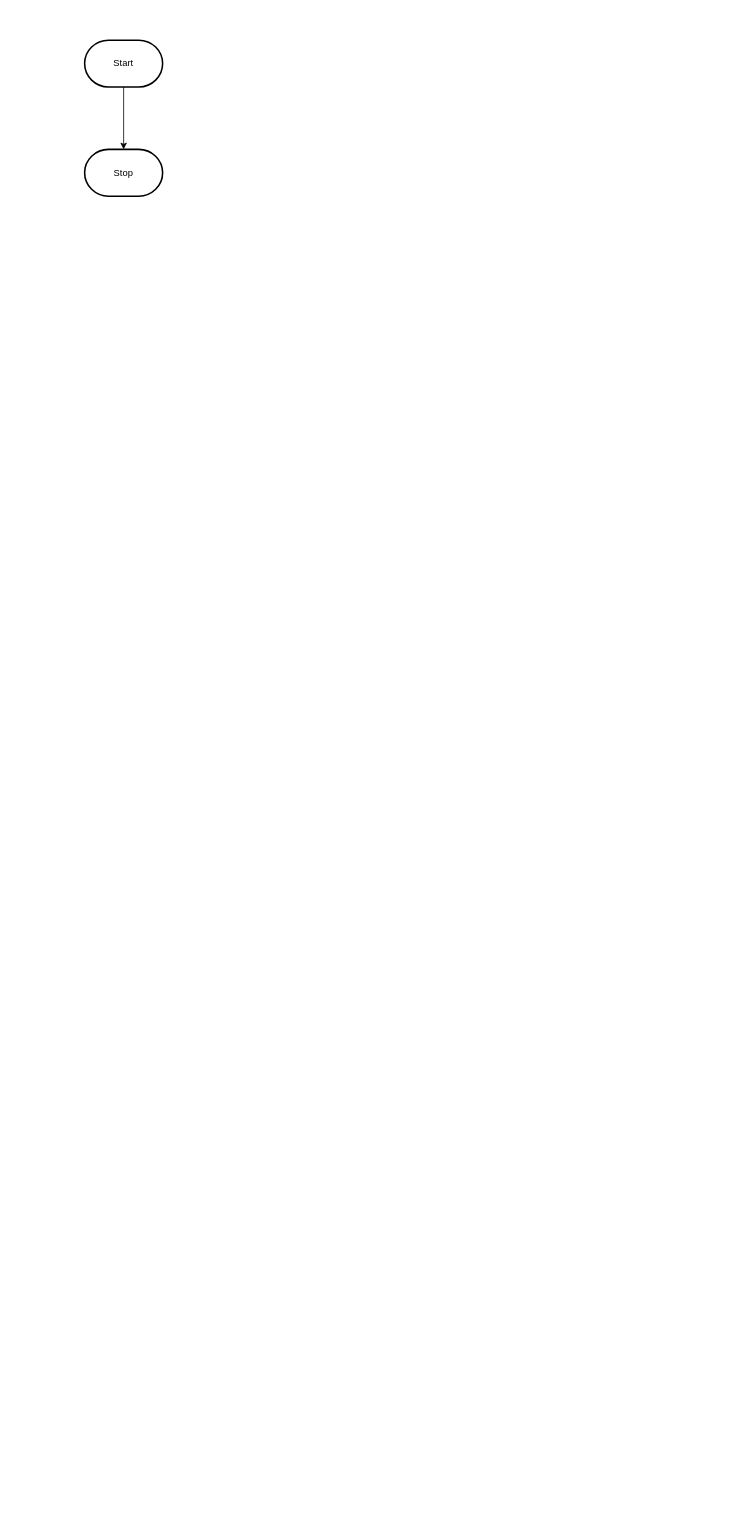
Above: design/flowchart.drawio in MTHS-TEJ2O-1-2023/TEJ2O-Unit-2-10-sophie-nguyen-0 (draw.io), before the change. Source tidied: cells renumbered, new cells numbered last; positions are measured from the earlier drawing's top-left corner, leaving out a move shared by most shapes. Both pictures are drawn from the tidied source at 78%, with x=0, y=0 at pixel (84, 40).
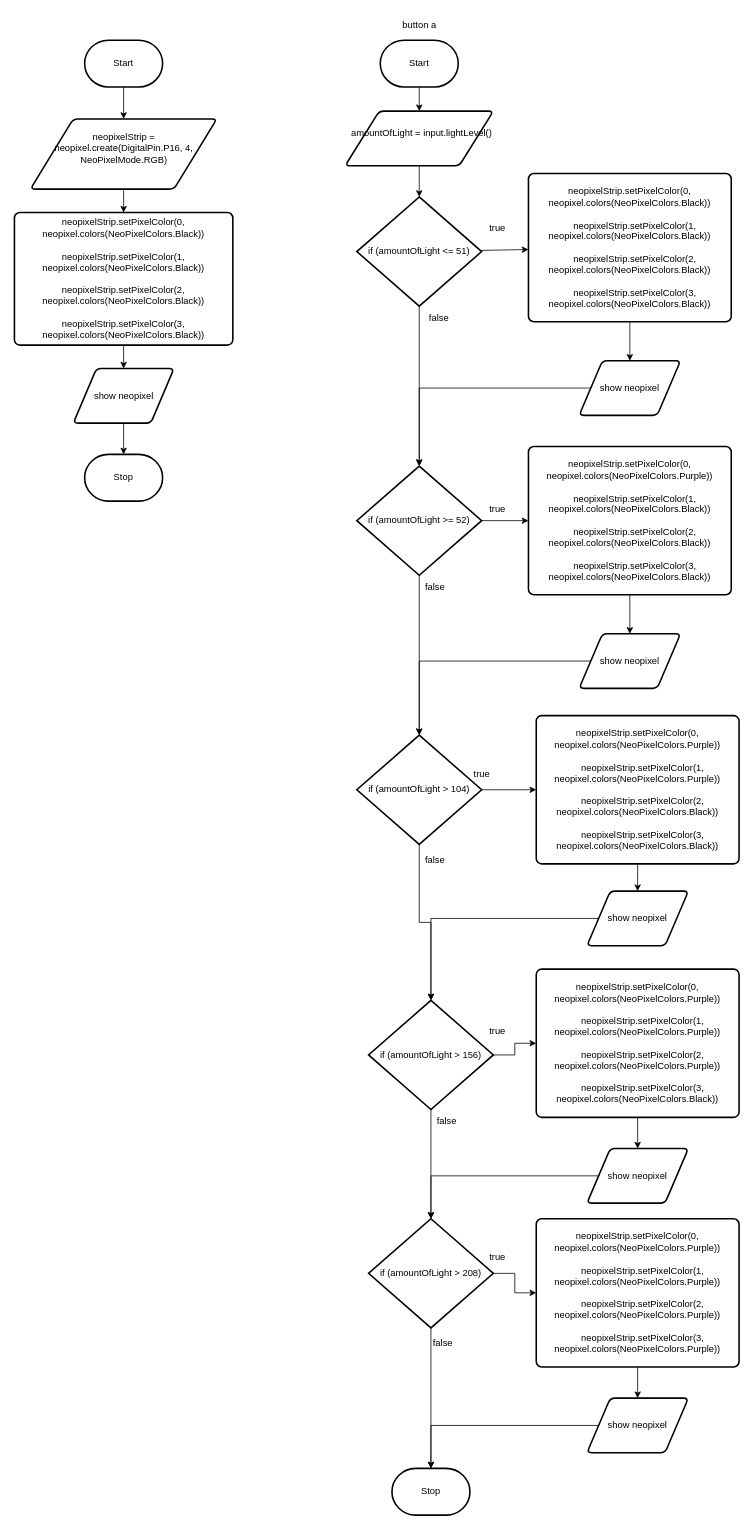
Above is the later version.

The change refers to these unchanged cells:
```xml
<mxCell id="3" value="Start" style="strokeWidth=2;html=1;shape=mxgraph.flowchart.terminator;whiteSpace=wrap;" parent="1" vertex="1">
  <mxGeometry width="100" height="60" as="geometry" />
</mxCell>
```

What changed in the source:
```diff
@@
-    <mxCell id="2" style="edgeStyle=orthogonalEdgeStyle;html=1;rounded=0;" parent="1" edge="1" source="3" target="4">
-      <mxGeometry relative="1" as="geometry" />
-    </mxCell>
+    <mxCell id="5" style="edgeStyle=none;html=1;" parent="1" edge="1" source="3" target="2">
+      <mxGeometry relative="1" as="geometry" />
+    </mxCell>
@@
     <mxCell id="4" value="Stop" style="strokeWidth=2;html=1;shape=mxgraph.flowchart.terminator;whiteSpace=wrap;" parent="1" vertex="1">
-      <mxGeometry y="140" width="100" height="60" as="geometry" />
+      <mxGeometry y="531" width="100" height="60" as="geometry" />
     </mxCell>
+    <mxCell id="6" style="edgeStyle=none;html=1;" parent="1" edge="1" source="2" target="8">
+      <mxGeometry relative="1" as="geometry" />
+    </mxCell>
+    <mxCell id="2" value="&lt;div class=&quot;custom-cursor-default-hover&quot;&gt;neopixelStrip = neopixel.create(DigitalPin.P16, 4, NeoPixelMode.RGB)&lt;/div&gt;&lt;div class=&quot;custom-cursor-default-hover&quot;&gt;&lt;br&gt;&lt;/div&gt;" style="shape=parallelogram;html=1;strokeWidth=2;perimeter=parallelogramPerimeter;whiteSpace=wrap;rounded=1;arcSize=12;size=0.23;" parent="1" vertex="1">
+      <mxGeometry x="-69.5" y="101" width="239" height="90" as="geometry" />
+    </mxCell>
+    <mxCell id="7" style="edgeStyle=none;html=1;" parent="1" edge="1" source="8" target="10">
+      <mxGeometry relative="1" as="geometry" />
+    </mxCell>
+    <mxCell id="8" value="&lt;div class=&quot;custom-cursor-default-hover&quot;&gt;neopixelStrip.setPixelColor(0, neopixel.colors(NeoPixelColors.Black))&lt;/div&gt;&lt;div class=&quot;custom-cursor-default-hover&quot;&gt;&lt;br&gt;&lt;/div&gt;&lt;div class=&quot;custom-cursor-default-hover&quot;&gt;neopixelStrip.setPixelColor(1, neopixel.colors(NeoPixelColors.Black))&lt;/div&gt;&lt;div class=&quot;custom-cursor-default-hover&quot;&gt;&lt;br&gt;&lt;/div&gt;&lt;div class=&quot;custom-cursor-default-hover&quot;&gt;neopixelStrip.setPixelColor(2, neopixel.colors(NeoPixelColors.Black))&lt;/div&gt;&lt;div class=&quot;custom-cursor-default-hover&quot;&gt;&lt;br&gt;&lt;/div&gt;&lt;div class=&quot;custom-cursor-default-hover&quot;&gt;neopixelStrip.setPixelColor(3, neopixel.colors(NeoPixelColors.Black))&lt;/div&gt;" style="rounded=1;whiteSpace=wrap;html=1;absoluteArcSize=1;arcSize=14;strokeWidth=2;" parent="1" vertex="1">
+      <mxGeometry x="-90" y="221" width="280" height="170" as="geometry" />
+    </mxCell>
+    <mxCell id="9" style="edgeStyle=none;html=1;" parent="1" edge="1" source="10" target="4">
+      <mxGeometry relative="1" as="geometry" />
+    </mxCell>
+    <mxCell id="10" value="show neopixel" style="shape=parallelogram;html=1;strokeWidth=2;perimeter=parallelogramPerimeter;whiteSpace=wrap;rounded=1;arcSize=12;size=0.23;" parent="1" vertex="1">
+      <mxGeometry x="-14.5" y="421" width="129" height="70" as="geometry" />
+    </mxCell>
+    <mxCell id="11" style="edgeStyle=none;html=1;" parent="1" edge="1" source="12" target="15">
+      <mxGeometry relative="1" as="geometry" />
+    </mxCell>
+    <mxCell id="12" value="Start" style="strokeWidth=2;html=1;shape=mxgraph.flowchart.terminator;whiteSpace=wrap;" parent="1" vertex="1">
+      <mxGeometry x="379" width="100" height="60" as="geometry" />
+    </mxCell>
+    <mxCell id="13" value="button a" style="text;html=1;align=center;verticalAlign=middle;strokeColor=none;fillColor=none;" parent="1" vertex="1">
+      <mxGeometry x="394" y="-34" width="70" height="30" as="geometry" />
+    </mxCell>
+    <mxCell id="14" style="edgeStyle=none;html=1;" parent="1" edge="1" source="15" target="18">
+      <mxGeometry relative="1" as="geometry" />
+    </mxCell>
+    <mxCell id="15" value="&lt;div&gt;&amp;nbsp; amountOfLight = input.lightLevel()&lt;/div&gt;&lt;div class=&quot;custom-cursor-default-hover&quot;&gt;&lt;br&gt;&lt;/div&gt;" style="shape=parallelogram;html=1;strokeWidth=2;perimeter=parallelogramPerimeter;whiteSpace=wrap;rounded=1;arcSize=12;size=0.23;" parent="1" vertex="1">
+      <mxGeometry x="334" y="91" width="190" height="70" as="geometry" />
+    </mxCell>
+    <mxCell id="16" style="edgeStyle=none;html=1;" parent="1" edge="1" source="18" target="20">
+      <mxGeometry relative="1" as="geometry" />
+    </mxCell>
+    <mxCell id="17" style="edgeStyle=none;html=1;" parent="1" edge="1" source="18" target="25">
+      <mxGeometry relative="1" as="geometry" />
+    </mxCell>
+    <mxCell id="18" value="if (amountOfLight &amp;lt;= 51)" style="strokeWidth=2;html=1;shape=mxgraph.flowchart.decision;whiteSpace=wrap;" parent="1" vertex="1">
+      <mxGeometry x="349" y="201" width="160" height="140" as="geometry" />
+    </mxCell>
+    <mxCell id="19" style="edgeStyle=none;html=1;" parent="1" edge="1" source="20" target="22">
+      <mxGeometry relative="1" as="geometry" />
+    </mxCell>
+    <mxCell id="20" value="&lt;div class=&quot;custom-cursor-default-hover&quot;&gt;neopixelStrip.setPixelColor(0, neopixel.colors(NeoPixelColors.Black))&lt;/div&gt;&lt;div class=&quot;custom-cursor-default-hover&quot;&gt;&lt;br&gt;&lt;/div&gt;&lt;div class=&quot;custom-cursor-default-hover&quot;&gt;&amp;nbsp; &amp;nbsp; neopixelStrip.setPixelColor(1, neopixel.colors(NeoPixelColors.Black))&lt;/div&gt;&lt;div class=&quot;custom-cursor-default-hover&quot;&gt;&lt;br&gt;&lt;/div&gt;&lt;div class=&quot;custom-cursor-default-hover&quot;&gt;&amp;nbsp; &amp;nbsp; neopixelStrip.setPixelColor(2, neopixel.colors(NeoPixelColors.Black))&lt;/div&gt;&lt;div class=&quot;custom-cursor-default-hover&quot;&gt;&lt;br&gt;&lt;/div&gt;&lt;div class=&quot;custom-cursor-default-hover&quot;&gt;&amp;nbsp; &amp;nbsp; neopixelStrip.setPixelColor(3, neopixel.colors(NeoPixelColors.Black))&lt;/div&gt;" style="rounded=1;whiteSpace=wrap;html=1;absoluteArcSize=1;arcSize=14;strokeWidth=2;" parent="1" vertex="1">
+      <mxGeometry x="569" y="171" width="260" height="190" as="geometry" />
+    </mxCell>
+    <mxCell id="21" style="edgeStyle=orthogonalEdgeStyle;html=1;entryX=0.5;entryY=0;entryDx=0;entryDy=0;entryPerimeter=0;rounded=0;" parent="1" edge="1" source="22" target="25">
+      <mxGeometry relative="1" as="geometry" />
+    </mxCell>
+    <mxCell id="22" value="show neopixel" style="shape=parallelogram;html=1;strokeWidth=2;perimeter=parallelogramPerimeter;whiteSpace=wrap;rounded=1;arcSize=12;size=0.23;" parent="1" vertex="1">
+      <mxGeometry x="634" y="411" width="130" height="70" as="geometry" />
+    </mxCell>
+    <mxCell id="23" style="edgeStyle=orthogonalEdgeStyle;rounded=0;html=1;" parent="1" edge="1" source="25" target="29">
+      <mxGeometry relative="1" as="geometry" />
+    </mxCell>
+    <mxCell id="24" style="edgeStyle=orthogonalEdgeStyle;rounded=0;html=1;" parent="1" edge="1" source="25" target="34">
+      <mxGeometry relative="1" as="geometry" />
+    </mxCell>
+    <mxCell id="25" value="if (amountOfLight &amp;gt;= 52)" style="strokeWidth=2;html=1;shape=mxgraph.flowchart.decision;whiteSpace=wrap;" parent="1" vertex="1">
+      <mxGeometry x="349" y="546" width="160" height="140" as="geometry" />
+    </mxCell>
+    <mxCell id="26" value="true" style="text;html=1;align=center;verticalAlign=middle;strokeColor=none;fillColor=none;" parent="1" vertex="1">
+      <mxGeometry x="509" y="226" width="40" height="30" as="geometry" />
+    </mxCell>
+    <mxCell id="27" value="false" style="text;html=1;align=center;verticalAlign=middle;strokeColor=none;fillColor=none;" parent="1" vertex="1">
+      <mxGeometry x="429" y="341" width="50" height="30" as="geometry" />
+    </mxCell>
+    <mxCell id="28" style="edgeStyle=orthogonalEdgeStyle;rounded=0;html=1;" parent="1" edge="1" source="29" target="31">
+      <mxGeometry relative="1" as="geometry" />
+    </mxCell>
+    <mxCell id="29" value="&lt;div class=&quot;custom-cursor-default-hover&quot;&gt;neopixelStrip.setPixelColor(0, neopixel.colors(NeoPixelColors.Purple))&lt;/div&gt;&lt;div class=&quot;custom-cursor-default-hover&quot;&gt;&lt;br&gt;&lt;/div&gt;&lt;div class=&quot;custom-cursor-default-hover&quot;&gt;&amp;nbsp; &amp;nbsp; neopixelStrip.setPixelColor(1, neopixel.colors(NeoPixelColors.Black))&lt;/div&gt;&lt;div class=&quot;custom-cursor-default-hover&quot;&gt;&lt;br&gt;&lt;/div&gt;&lt;div class=&quot;custom-cursor-default-hover&quot;&gt;&amp;nbsp; &amp;nbsp; neopixelStrip.setPixelColor(2, neopixel.colors(NeoPixelColors.Black))&lt;/div&gt;&lt;div class=&quot;custom-cursor-default-hover&quot;&gt;&lt;br&gt;&lt;/div&gt;&lt;div class=&quot;custom-cursor-default-hover&quot;&gt;&amp;nbsp; &amp;nbsp; neopixelStrip.setPixelColor(3, neopixel.colors(NeoPixelColors.Black))&lt;/div&gt;" style="rounded=1;whiteSpace=wrap;html=1;absoluteArcSize=1;arcSize=14;strokeWidth=2;" parent="1" vertex="1">
+      <mxGeometry x="569" y="521" width="260" height="190" as="geometry" />
+    </mxCell>
+    <mxCell id="30" style="edgeStyle=orthogonalEdgeStyle;rounded=0;html=1;entryX=0.5;entryY=0;entryDx=0;entryDy=0;entryPerimeter=0;" parent="1" edge="1" source="31" target="34">
+      <mxGeometry relative="1" as="geometry" />
+    </mxCell>
+    <mxCell id="31" value="show neopixel" style="shape=parallelogram;html=1;strokeWidth=2;perimeter=parallelogramPerimeter;whiteSpace=wrap;rounded=1;arcSize=12;size=0.23;" parent="1" vertex="1">
+      <mxGeometry x="634" y="761" width="130" height="70" as="geometry" />
+    </mxCell>
+    <mxCell id="32" style="edgeStyle=orthogonalEdgeStyle;rounded=0;html=1;" parent="1" edge="1" source="34" target="38">
+      <mxGeometry relative="1" as="geometry" />
+    </mxCell>
+    <mxCell id="33" style="edgeStyle=orthogonalEdgeStyle;rounded=0;html=1;entryX=0.5;entryY=0;entryDx=0;entryDy=0;entryPerimeter=0;" parent="1" edge="1" source="34" target="43">
+      <mxGeometry relative="1" as="geometry" />
+    </mxCell>
+    <mxCell id="34" value="if (amountOfLight &amp;gt; 104)" style="strokeWidth=2;html=1;shape=mxgraph.flowchart.decision;whiteSpace=wrap;" parent="1" vertex="1">
+      <mxGeometry x="349" y="891" width="160" height="140" as="geometry" />
+    </mxCell>
+    <mxCell id="35" value="true" style="text;html=1;align=center;verticalAlign=middle;strokeColor=none;fillColor=none;" parent="1" vertex="1">
+      <mxGeometry x="509" y="586" width="40" height="30" as="geometry" />
+    </mxCell>
+    <mxCell id="36" value="false" style="text;html=1;align=center;verticalAlign=middle;strokeColor=none;fillColor=none;" parent="1" vertex="1">
+      <mxGeometry x="424" y="686" width="50" height="30" as="geometry" />
+    </mxCell>
+    <mxCell id="37" style="edgeStyle=orthogonalEdgeStyle;rounded=0;html=1;" parent="1" edge="1" source="38" target="40">
+      <mxGeometry relative="1" as="geometry" />
+    </mxCell>
+    <mxCell id="38" value="&lt;div class=&quot;custom-cursor-default-hover&quot;&gt;neopixelStrip.setPixelColor(0, neopixel.colors(NeoPixelColors.Purple))&lt;/div&gt;&lt;div class=&quot;custom-cursor-default-hover&quot;&gt;&lt;br&gt;&lt;/div&gt;&lt;div class=&quot;custom-cursor-default-hover&quot;&gt;&amp;nbsp; &amp;nbsp; neopixelStrip.setPixelColor(1, neopixel.colors(NeoPixelColors.Purple))&lt;/div&gt;&lt;div class=&quot;custom-cursor-default-hover&quot;&gt;&lt;br&gt;&lt;/div&gt;&lt;div class=&quot;custom-cursor-default-hover&quot;&gt;&amp;nbsp; &amp;nbsp; neopixelStrip.setPixelColor(2, neopixel.colors(NeoPixelColors.Black))&lt;/div&gt;&lt;div class=&quot;custom-cursor-default-hover&quot;&gt;&lt;br&gt;&lt;/div&gt;&lt;div class=&quot;custom-cursor-default-hover&quot;&gt;&amp;nbsp; &amp;nbsp; neopixelStrip.setPixelColor(3, neopixel.colors(NeoPixelColors.Black))&lt;/div&gt;" style="rounded=1;whiteSpace=wrap;html=1;absoluteArcSize=1;arcSize=14;strokeWidth=2;" parent="1" vertex="1">
+      <mxGeometry x="579" y="866" width="260" height="190" as="geometry" />
+    </mxCell>
+    <mxCell id="39" style="edgeStyle=orthogonalEdgeStyle;rounded=0;html=1;entryX=0.5;entryY=0;entryDx=0;entryDy=0;entryPerimeter=0;" parent="1" edge="1" source="40" target="43">
+      <mxGeometry relative="1" as="geometry" />
+    </mxCell>
+    <mxCell id="40" value="show neopixel" style="shape=parallelogram;html=1;strokeWidth=2;perimeter=parallelogramPerimeter;whiteSpace=wrap;rounded=1;arcSize=12;size=0.23;" parent="1" vertex="1">
+      <mxGeometry x="644" y="1091" width="130" height="70" as="geometry" />
+    </mxCell>
+    <mxCell id="41" style="edgeStyle=orthogonalEdgeStyle;rounded=0;html=1;" parent="1" edge="1" source="43" target="45">
+      <mxGeometry relative="1" as="geometry" />
+    </mxCell>
+    <mxCell id="42" style="edgeStyle=orthogonalEdgeStyle;rounded=0;html=1;entryX=0.5;entryY=0;entryDx=0;entryDy=0;entryPerimeter=0;" parent="1" edge="1" source="43" target="50">
+      <mxGeometry relative="1" as="geometry" />
+    </mxCell>
+    <mxCell id="43" value="if (amountOfLight &amp;gt; 156)" style="strokeWidth=2;html=1;shape=mxgraph.flowchart.decision;whiteSpace=wrap;" parent="1" vertex="1">
+      <mxGeometry x="364" y="1231" width="160" height="140" as="geometry" />
+    </mxCell>
+    <mxCell id="44" style="edgeStyle=orthogonalEdgeStyle;rounded=0;html=1;" parent="1" edge="1" source="45" target="47">
+      <mxGeometry relative="1" as="geometry" />
+    </mxCell>
+    <mxCell id="45" value="&lt;div class=&quot;custom-cursor-default-hover&quot;&gt;neopixelStrip.setPixelColor(0, neopixel.colors(NeoPixelColors.Purple))&lt;/div&gt;&lt;div class=&quot;custom-cursor-default-hover&quot;&gt;&lt;br&gt;&lt;/div&gt;&lt;div class=&quot;custom-cursor-default-hover&quot;&gt;&amp;nbsp; &amp;nbsp; neopixelStrip.setPixelColor(1, neopixel.colors(NeoPixelColors.Purple))&lt;/div&gt;&lt;div class=&quot;custom-cursor-default-hover&quot;&gt;&lt;br&gt;&lt;/div&gt;&lt;div class=&quot;custom-cursor-default-hover&quot;&gt;&amp;nbsp; &amp;nbsp; neopixelStrip.setPixelColor(2, neopixel.colors(NeoPixelColors.Purple))&lt;/div&gt;&lt;div class=&quot;custom-cursor-default-hover&quot;&gt;&lt;br&gt;&lt;/div&gt;&lt;div class=&quot;custom-cursor-default-hover&quot;&gt;&amp;nbsp; &amp;nbsp; neopixelStrip.setPixelColor(3, neopixel.colors(NeoPixelColors.Black))&lt;/div&gt;" style="rounded=1;whiteSpace=wrap;html=1;absoluteArcSize=1;arcSize=14;strokeWidth=2;" parent="1" vertex="1">
+      <mxGeometry x="579" y="1191" width="260" height="190" as="geometry" />
+    </mxCell>
+    <mxCell id="46" style="edgeStyle=orthogonalEdgeStyle;rounded=0;html=1;entryX=0.5;entryY=0;entryDx=0;entryDy=0;entryPerimeter=0;" parent="1" edge="1" source="47" target="50">
+      <mxGeometry relative="1" as="geometry" />
+    </mxCell>
+    <mxCell id="47" value="show neopixel" style="shape=parallelogram;html=1;strokeWidth=2;perimeter=parallelogramPerimeter;whiteSpace=wrap;rounded=1;arcSize=12;size=0.23;" parent="1" vertex="1">
+      <mxGeometry x="644" y="1421" width="130" height="70" as="geometry" />
+    </mxCell>
+    <mxCell id="48" style="edgeStyle=orthogonalEdgeStyle;rounded=0;html=1;" parent="1" edge="1" source="50" target="56">
+      <mxGeometry relative="1" as="geometry" />
+    </mxCell>
+    <mxCell id="49" style="edgeStyle=orthogonalEdgeStyle;rounded=0;html=1;entryX=0.5;entryY=0;entryDx=0;entryDy=0;entryPerimeter=0;" parent="1" edge="1" source="50" target="59">
+      <mxGeometry relative="1" as="geometry" />
+    </mxCell>
+    <mxCell id="50" value="if (amountOfLight &amp;gt; 208)" style="strokeWidth=2;html=1;shape=mxgraph.flowchart.decision;whiteSpace=wrap;" parent="1" vertex="1">
+      <mxGeometry x="364" y="1511" width="160" height="140" as="geometry" />
+    </mxCell>
+    <mxCell id="51" value="true" style="text;html=1;align=center;verticalAlign=middle;strokeColor=none;fillColor=none;" parent="1" vertex="1">
+      <mxGeometry x="489" y="926" width="40" height="30" as="geometry" />
+    </mxCell>
+    <mxCell id="52" value="false" style="text;html=1;align=center;verticalAlign=middle;strokeColor=none;fillColor=none;" parent="1" vertex="1">
+      <mxGeometry x="424" y="1036" width="50" height="30" as="geometry" />
+    </mxCell>
+    <mxCell id="53" value="true" style="text;html=1;align=center;verticalAlign=middle;strokeColor=none;fillColor=none;" parent="1" vertex="1">
+      <mxGeometry x="509" y="1256" width="40" height="30" as="geometry" />
+    </mxCell>
+    <mxCell id="54" value="false" style="text;html=1;align=center;verticalAlign=middle;strokeColor=none;fillColor=none;" parent="1" vertex="1">
+      <mxGeometry x="439" y="1371" width="50" height="30" as="geometry" />
+    </mxCell>
+    <mxCell id="55" style="edgeStyle=orthogonalEdgeStyle;rounded=0;html=1;" parent="1" edge="1" source="56" target="58">
+      <mxGeometry relative="1" as="geometry" />
+    </mxCell>
+    <mxCell id="56" value="&lt;div class=&quot;custom-cursor-default-hover&quot;&gt;neopixelStrip.setPixelColor(0, neopixel.colors(NeoPixelColors.Purple))&lt;/div&gt;&lt;div class=&quot;custom-cursor-default-hover&quot;&gt;&lt;br&gt;&lt;/div&gt;&lt;div class=&quot;custom-cursor-default-hover&quot;&gt;&amp;nbsp; &amp;nbsp; neopixelStrip.setPixelColor(1, neopixel.colors(NeoPixelColors.Purple))&lt;/div&gt;&lt;div class=&quot;custom-cursor-default-hover&quot;&gt;&lt;br&gt;&lt;/div&gt;&lt;div class=&quot;custom-cursor-default-hover&quot;&gt;&amp;nbsp; &amp;nbsp; neopixelStrip.setPixelColor(2, neopixel.colors(NeoPixelColors.Purple))&lt;/div&gt;&lt;div class=&quot;custom-cursor-default-hover&quot;&gt;&lt;br&gt;&lt;/div&gt;&lt;div class=&quot;custom-cursor-default-hover&quot;&gt;&amp;nbsp; &amp;nbsp; neopixelStrip.setPixelColor(3, neopixel.colors(NeoPixelColors.Purple))&lt;/div&gt;" style="rounded=1;whiteSpace=wrap;html=1;absoluteArcSize=1;arcSize=14;strokeWidth=2;" parent="1" vertex="1">
+      <mxGeometry x="579" y="1511" width="260" height="190" as="geometry" />
+    </mxCell>
+    <mxCell id="57" style="edgeStyle=orthogonalEdgeStyle;rounded=0;html=1;entryX=0.5;entryY=0;entryDx=0;entryDy=0;entryPerimeter=0;" parent="1" edge="1" source="58" target="59">
+      <mxGeometry relative="1" as="geometry" />
+    </mxCell>
+    <mxCell id="58" value="show neopixel" style="shape=parallelogram;html=1;strokeWidth=2;perimeter=parallelogramPerimeter;whiteSpace=wrap;rounded=1;arcSize=12;size=0.23;" parent="1" vertex="1">
+      <mxGeometry x="644" y="1741" width="130" height="70" as="geometry" />
+    </mxCell>
+    <mxCell id="59" value="Stop" style="strokeWidth=2;html=1;shape=mxgraph.flowchart.terminator;whiteSpace=wrap;" parent="1" vertex="1">
+      <mxGeometry x="394" y="1831" width="100" height="60" as="geometry" />
+    </mxCell>
+    <mxCell id="60" value="true" style="text;html=1;align=center;verticalAlign=middle;strokeColor=none;fillColor=none;" parent="1" vertex="1">
+      <mxGeometry x="509" y="1546" width="40" height="30" as="geometry" />
+    </mxCell>
+    <mxCell id="61" value="false" style="text;html=1;align=center;verticalAlign=middle;strokeColor=none;fillColor=none;" parent="1" vertex="1">
+      <mxGeometry x="434" y="1656" width="50" height="30" as="geometry" />
+    </mxCell>
```
